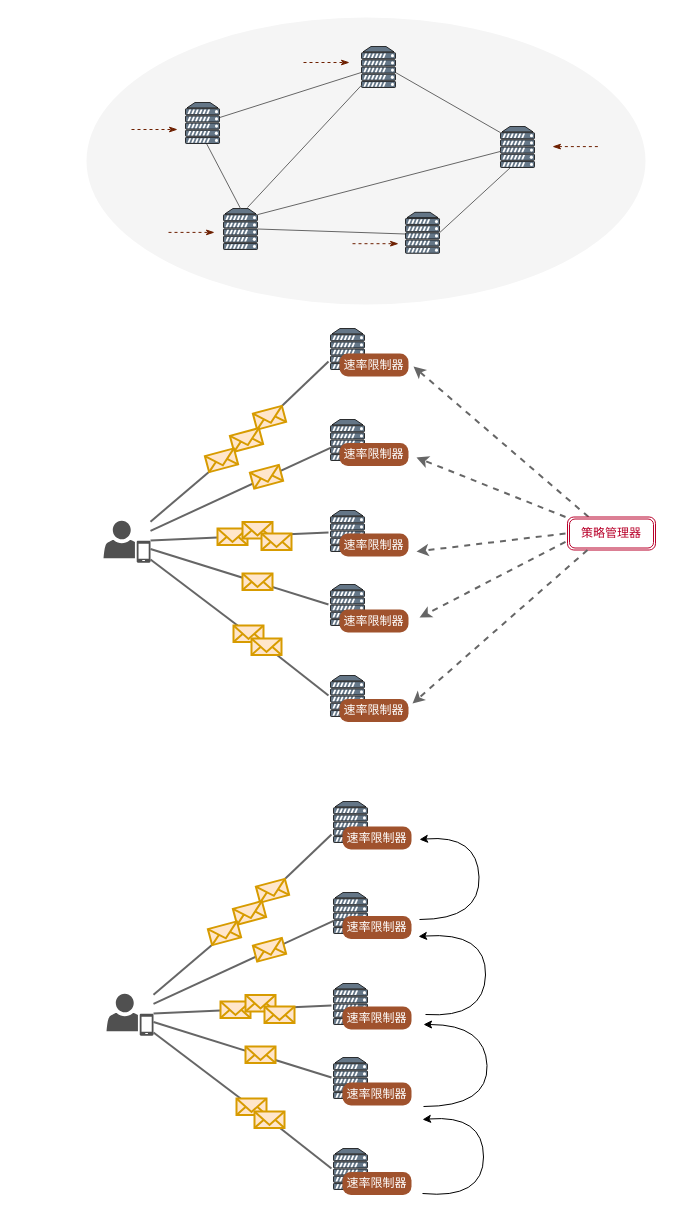
The draw.io diagram page "去中心化" (1 of 8) of DRL.drawio in zhangluting123/drawio, before the edit. Source tidied: cells renumbered, new cells numbered last; positions are measured from the earlier drawing's top-left corner, leaving out a move shared by most shapes. Both pictures are drawn from the tidied source at 100%, with x=0, y=0 at pixel (86, 17).
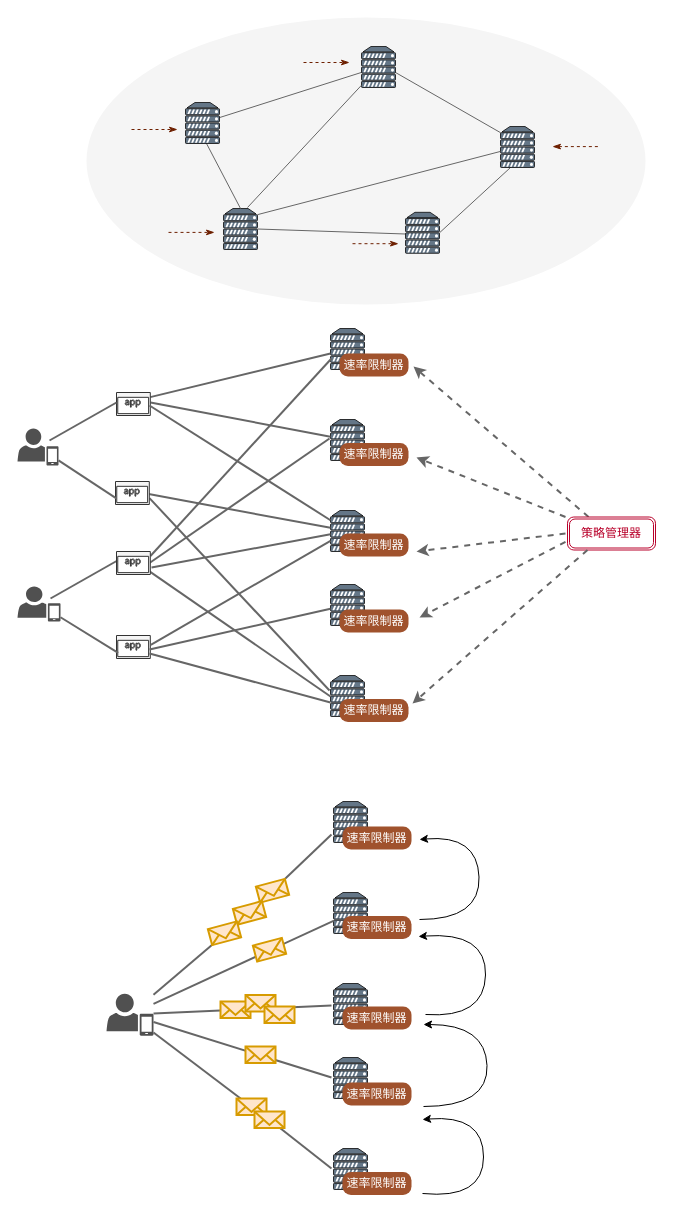
After the change.

Unchanged cells that the change refers to:
```xml
<mxCell id="21" style="verticalAlign=top;verticalLabelPosition=bottom;labelPosition=center;align=center;html=1;outlineConnect=0;fillColor=#647687;strokeColor=default;gradientDirection=north;strokeWidth=1;shape=mxgraph.networks.server;fontColor=#ffffff;" parent="1" vertex="1">
  <mxGeometry x="244" y="311" width="34" height="41" as="geometry" />
</mxCell>
<mxCell id="22" style="verticalAlign=top;verticalLabelPosition=bottom;labelPosition=center;align=center;html=1;outlineConnect=0;fillColor=#647687;strokeColor=default;gradientDirection=north;strokeWidth=1;shape=mxgraph.networks.server;fontColor=#ffffff;" parent="1" vertex="1">
  <mxGeometry x="244" y="402" width="34" height="41" as="geometry" />
</mxCell>
<mxCell id="23" style="verticalAlign=top;verticalLabelPosition=bottom;labelPosition=center;align=center;html=1;outlineConnect=0;fillColor=#647687;strokeColor=default;gradientDirection=north;strokeWidth=1;shape=mxgraph.networks.server;fontColor=#ffffff;" parent="1" vertex="1">
  <mxGeometry x="244" y="493" width="34" height="41" as="geometry" />
</mxCell>
<mxCell id="33" style="verticalAlign=top;verticalLabelPosition=bottom;labelPosition=center;align=center;html=1;outlineConnect=0;fillColor=#647687;strokeColor=default;gradientDirection=north;strokeWidth=1;shape=mxgraph.networks.server;fontColor=#ffffff;" parent="1" vertex="1">
  <mxGeometry x="244" y="567" width="34" height="41" as="geometry" />
</mxCell>
<mxCell id="34" style="verticalAlign=top;verticalLabelPosition=bottom;labelPosition=center;align=center;html=1;outlineConnect=0;fillColor=#647687;strokeColor=default;gradientDirection=north;strokeWidth=1;shape=mxgraph.networks.server;fontColor=#ffffff;" parent="1" vertex="1">
  <mxGeometry x="244" y="658" width="34" height="41" as="geometry" />
</mxCell>
```

What changed in the source:
```diff
@@
-    <mxCell id="24" style="sketch=0;shadow=0;dashed=0;html=1;strokeColor=none;fillColor=#505050;labelPosition=center;verticalLabelPosition=bottom;verticalAlign=top;outlineConnect=0;align=center;shape=mxgraph.office.users.mobile_user;" parent="1" vertex="1">
-      <mxGeometry x="17" y="503.2" width="47" height="42" as="geometry" />
-    </mxCell>
-    <mxCell id="25" style="endArrow=none;startArrow=none;html=1;rounded=0;fillColor=#f5f5f5;gradientColor=#b3b3b3;strokeColor=#666666;endFill=0;startFill=0;endSize=7;strokeWidth=2;" parent="1" edge="1" source="24" target="22">
-      <mxGeometry relative="1" as="geometry" />
+    <mxCell id="25" style="endArrow=none;startArrow=none;html=1;rounded=0;fillColor=#f5f5f5;gradientColor=#b3b3b3;strokeColor=#666666;endFill=0;startFill=0;endSize=7;strokeWidth=2;" parent="1" edge="1" target="22">
+      <mxGeometry relative="1" as="geometry">
+        <mxPoint x="64" y="385" as="sourcePoint" />
+      </mxGeometry>
     </mxCell>
-    <mxCell id="26" style="endArrow=none;startArrow=none;html=1;rounded=0;fillColor=#f5f5f5;gradientColor=#b3b3b3;strokeColor=#666666;endFill=0;startFill=0;endSize=7;strokeWidth=2;" parent="1" edge="1" source="48">
-      <mxGeometry relative="1" as="geometry">
-        <mxPoint x="242" y="515" as="targetPoint" />
-      </mxGeometry>
-    </mxCell>
@@
-    <mxCell id="38" style="endArrow=none;startArrow=none;html=1;rounded=0;fillColor=#f5f5f5;gradientColor=#b3b3b3;strokeColor=#666666;endFill=0;startFill=0;endSize=7;strokeWidth=2;" parent="1" edge="1" source="24">
-      <mxGeometry relative="1" as="geometry">
-        <mxPoint x="242" y="587" as="targetPoint" />
-      </mxGeometry>
+    <mxCell id="38" style="endArrow=none;startArrow=none;html=1;rounded=0;fillColor=#f5f5f5;gradientColor=#b3b3b3;strokeColor=#666666;endFill=0;startFill=0;endSize=7;strokeWidth=2;exitX=0.982;exitY=0.548;exitDx=0;exitDy=0;exitPerimeter=0;" parent="1" edge="1" source="95" target="23">
+      <mxGeometry relative="1" as="geometry" />
     </mxCell>
-    <mxCell id="39" style="endArrow=none;startArrow=none;html=1;rounded=0;fillColor=#f5f5f5;gradientColor=#b3b3b3;strokeColor=#666666;endFill=0;startFill=0;endSize=7;strokeWidth=2;" parent="1" edge="1" source="45">
-      <mxGeometry relative="1" as="geometry">
-        <mxPoint x="242" y="678" as="targetPoint" />
-      </mxGeometry>
-    </mxCell>
@@
-    <mxCell id="42" style="endArrow=none;startArrow=none;html=1;rounded=0;fillColor=#f5f5f5;gradientColor=#b3b3b3;strokeColor=#666666;endFill=0;startFill=0;endSize=7;strokeWidth=2;" parent="1" edge="1" source="24" target="43">
-      <mxGeometry relative="1" as="geometry" />
+    <mxCell id="42" style="endArrow=none;startArrow=none;html=1;rounded=0;fillColor=#f5f5f5;gradientColor=#b3b3b3;strokeColor=#666666;endFill=0;startFill=0;endSize=7;strokeWidth=2;exitX=1.005;exitY=0.722;exitDx=0;exitDy=0;exitPerimeter=0;" parent="1" edge="1" source="95">
+      <mxGeometry relative="1" as="geometry">
+        <mxPoint x="243" y="673" as="targetPoint" />
+      </mxGeometry>
     </mxCell>
-    <mxCell id="43" style="html=1;verticalLabelPosition=bottom;align=center;labelBackgroundColor=#ffffff;verticalAlign=top;strokeWidth=2;strokeColor=#d79b00;shadow=0;dashed=0;shape=mxgraph.ios7.icons.mail;fillColor=#ffe6cc;rotation=0;" parent="1" vertex="1">
-      <mxGeometry x="147" y="608" width="30" height="16.5" as="geometry" />
-    </mxCell>
-    <mxCell id="44" style="endArrow=none;startArrow=none;html=1;rounded=0;fillColor=#f5f5f5;gradientColor=#b3b3b3;strokeColor=#666666;endFill=0;startFill=0;endSize=7;strokeWidth=2;" parent="1" edge="1" source="43" target="45">
-      <mxGeometry relative="1" as="geometry" />
-    </mxCell>
-    <mxCell id="45" style="html=1;verticalLabelPosition=bottom;align=center;labelBackgroundColor=#ffffff;verticalAlign=top;strokeWidth=2;strokeColor=#d79b00;shadow=0;dashed=0;shape=mxgraph.ios7.icons.mail;fillColor=#ffe6cc;rotation=0;" parent="1" vertex="1">
-      <mxGeometry x="165" y="621" width="30" height="16.5" as="geometry" />
-    </mxCell>
-    <mxCell id="46" style="html=1;verticalLabelPosition=bottom;align=center;labelBackgroundColor=#ffffff;verticalAlign=top;strokeWidth=2;strokeColor=#d79b00;shadow=0;dashed=0;shape=mxgraph.ios7.icons.mail;fillColor=#ffe6cc;rotation=0;" parent="1" vertex="1">
-      <mxGeometry x="156" y="556" width="30" height="16.5" as="geometry" />
-    </mxCell>
-    <mxCell id="47" style="endArrow=none;startArrow=none;html=1;rounded=0;fillColor=#f5f5f5;gradientColor=#b3b3b3;strokeColor=#666666;endFill=0;startFill=0;endSize=7;strokeWidth=2;" parent="1" edge="1" source="24" target="48">
-      <mxGeometry relative="1" as="geometry" />
-    </mxCell>
-    <mxCell id="48" style="html=1;verticalLabelPosition=bottom;align=center;labelBackgroundColor=#ffffff;verticalAlign=top;strokeWidth=2;strokeColor=#d79b00;shadow=0;dashed=0;shape=mxgraph.ios7.icons.mail;fillColor=#ffe6cc;rotation=0;" parent="1" vertex="1">
-      <mxGeometry x="131" y="511" width="30" height="16.5" as="geometry" />
-    </mxCell>
-    <mxCell id="49" style="html=1;verticalLabelPosition=bottom;align=center;labelBackgroundColor=#ffffff;verticalAlign=top;strokeWidth=2;strokeColor=#d79b00;shadow=0;dashed=0;shape=mxgraph.ios7.icons.mail;fillColor=#ffe6cc;rotation=0;" parent="1" vertex="1">
-      <mxGeometry x="156" y="504.5" width="30" height="16.5" as="geometry" />
-    </mxCell>
-    <mxCell id="50" style="html=1;verticalLabelPosition=bottom;align=center;labelBackgroundColor=#ffffff;verticalAlign=top;strokeWidth=2;strokeColor=#d79b00;shadow=0;dashed=0;shape=mxgraph.ios7.icons.mail;fillColor=#ffe6cc;rotation=0;" parent="1" vertex="1">
-      <mxGeometry x="175" y="516" width="30" height="16.5" as="geometry" />
-    </mxCell>
-    <mxCell id="51" style="endArrow=none;startArrow=none;html=1;rounded=0;fillColor=#f5f5f5;gradientColor=#b3b3b3;strokeColor=#666666;endFill=0;startFill=0;strokeWidth=2;" parent="1" edge="1" source="53">
-      <mxGeometry relative="1" as="geometry">
-        <mxPoint x="242" y="344" as="targetPoint" />
-      </mxGeometry>
-    </mxCell>
-    <mxCell id="52" style="endArrow=none;startArrow=none;html=1;rounded=0;fillColor=#f5f5f5;gradientColor=#b3b3b3;strokeColor=#666666;endFill=0;startFill=0;strokeWidth=2;" parent="1" edge="1" source="55" target="53">
-      <mxGeometry relative="1" as="geometry" />
-    </mxCell>
-    <mxCell id="53" style="html=1;verticalLabelPosition=bottom;align=center;labelBackgroundColor=#ffffff;verticalAlign=top;strokeWidth=2;strokeColor=#d79b00;shadow=0;dashed=0;shape=mxgraph.ios7.icons.mail;fillColor=#ffe6cc;rotation=-15;" parent="1" vertex="1">
-      <mxGeometry x="168" y="392" width="30" height="16.5" as="geometry" />
-    </mxCell>
-    <mxCell id="54" style="endArrow=none;startArrow=none;html=1;rounded=0;fillColor=#f5f5f5;gradientColor=#b3b3b3;strokeColor=#666666;endFill=0;startFill=0;strokeWidth=2;" parent="1" edge="1" source="24" target="55">
+    <mxCell id="54" style="endArrow=none;startArrow=none;html=1;rounded=0;fillColor=#f5f5f5;gradientColor=#b3b3b3;strokeColor=#666666;endFill=0;startFill=0;strokeWidth=2;entryX=0;entryY=0.61;entryDx=0;entryDy=0;entryPerimeter=0;exitX=0.999;exitY=0.2;exitDx=0;exitDy=0;exitPerimeter=0;" parent="1" edge="1" source="94" target="21">
       <mxGeometry relative="1" as="geometry" />
     </mxCell>
-    <mxCell id="55" style="html=1;verticalLabelPosition=bottom;align=center;labelBackgroundColor=#ffffff;verticalAlign=top;strokeWidth=2;strokeColor=#d79b00;shadow=0;dashed=0;shape=mxgraph.ios7.icons.mail;fillColor=#ffe6cc;rotation=-15;" parent="1" vertex="1">
-      <mxGeometry x="145" y="414.2" width="30" height="16.5" as="geometry" />
-    </mxCell>
-    <mxCell id="56" style="html=1;verticalLabelPosition=bottom;align=center;labelBackgroundColor=#ffffff;verticalAlign=top;strokeWidth=2;strokeColor=#d79b00;shadow=0;dashed=0;shape=mxgraph.ios7.icons.mail;fillColor=#ffe6cc;rotation=-15;" parent="1" vertex="1">
-      <mxGeometry x="165" y="451" width="30" height="16.5" as="geometry" />
-    </mxCell>
-    <mxCell id="57" style="html=1;verticalLabelPosition=bottom;align=center;labelBackgroundColor=#ffffff;verticalAlign=top;strokeWidth=2;strokeColor=#d79b00;shadow=0;dashed=0;shape=mxgraph.ios7.icons.mail;fillColor=#ffe6cc;rotation=-15;" parent="1" vertex="1">
-      <mxGeometry x="120" y="434.5" width="30" height="16.5" as="geometry" />
-    </mxCell>
@@
+    <mxCell id="94" style="sketch=0;shadow=0;dashed=0;html=1;labelPosition=center;verticalLabelPosition=bottom;verticalAlign=top;align=center;shape=mxgraph.mscae.enterprise.application;fillColor=#f5f5f5;fontColor=#333333;strokeColor=#333333;fontFamily=Times New Roman;" parent="1" vertex="1">
+      <mxGeometry x="30" y="375" width="33.8" height="23" as="geometry" />
+    </mxCell>
+    <mxCell id="95" style="sketch=0;shadow=0;dashed=0;html=1;labelPosition=center;verticalLabelPosition=bottom;verticalAlign=top;align=center;shape=mxgraph.mscae.enterprise.application;fillColor=#f5f5f5;fontColor=#333333;strokeColor=#333333;fontFamily=Times New Roman;" parent="1" vertex="1">
+      <mxGeometry x="29" y="464" width="33.8" height="23" as="geometry" />
+    </mxCell>
+    <mxCell id="96" style="sketch=0;shadow=0;dashed=0;html=1;strokeColor=none;fillColor=#505050;labelPosition=center;verticalLabelPosition=bottom;verticalAlign=top;outlineConnect=0;align=center;shape=mxgraph.office.users.mobile_user;" parent="1" vertex="1">
+      <mxGeometry x="-69" y="411" width="41" height="37" as="geometry" />
+    </mxCell>
+    <mxCell id="97" style="sketch=0;shadow=0;dashed=0;html=1;strokeColor=none;fillColor=#505050;labelPosition=center;verticalLabelPosition=bottom;verticalAlign=top;outlineConnect=0;align=center;shape=mxgraph.office.users.mobile_user;" parent="1" vertex="1">
+      <mxGeometry x="-69" y="569" width="43" height="35" as="geometry" />
+    </mxCell>
+    <mxCell id="98" style="endArrow=none;startArrow=none;html=1;rounded=0;fillColor=#f5f5f5;gradientColor=#b3b3b3;strokeColor=#666666;endFill=0;startFill=0;strokeWidth=2;exitX=1.005;exitY=0.194;exitDx=0;exitDy=0;exitPerimeter=0;entryX=0.029;entryY=0.732;entryDx=0;entryDy=0;entryPerimeter=0;" parent="1" edge="1" source="109" target="21">
+      <mxGeometry relative="1" as="geometry" />
+    </mxCell>
+    <mxCell id="99" style="endArrow=none;startArrow=none;html=1;rounded=0;fillColor=#f5f5f5;gradientColor=#b3b3b3;strokeColor=#666666;endFill=0;startFill=0;endSize=7;strokeWidth=2;" parent="1" edge="1" target="23">
+      <mxGeometry relative="1" as="geometry">
+        <mxPoint x="63" y="388" as="sourcePoint" />
+      </mxGeometry>
+    </mxCell>
+    <mxCell id="100" style="sketch=0;shadow=0;dashed=0;html=1;labelPosition=center;verticalLabelPosition=bottom;verticalAlign=top;align=center;shape=mxgraph.mscae.enterprise.application;fillColor=#f5f5f5;fontColor=#333333;strokeColor=#333333;fontFamily=Times New Roman;" parent="1" vertex="1">
+      <mxGeometry x="30" y="618" width="33.8" height="23" as="geometry" />
+    </mxCell>
+    <mxCell id="101" style="endArrow=none;startArrow=none;html=1;rounded=0;fillColor=#f5f5f5;gradientColor=#b3b3b3;strokeColor=#666666;endFill=0;startFill=0;strokeWidth=2;exitX=0.976;exitY=0.5;exitDx=0;exitDy=0;exitPerimeter=0;" parent="1" edge="1" source="109">
+      <mxGeometry relative="1" as="geometry">
+        <mxPoint x="243" y="421" as="targetPoint" />
+      </mxGeometry>
+    </mxCell>
+    <mxCell id="102" style="endArrow=none;startArrow=none;html=1;rounded=0;fillColor=#f5f5f5;gradientColor=#b3b3b3;strokeColor=#666666;endFill=0;startFill=0;strokeWidth=2;" parent="1" edge="1" target="23">
+      <mxGeometry relative="1" as="geometry">
+        <mxPoint x="65" y="550" as="sourcePoint" />
+      </mxGeometry>
+    </mxCell>
+    <mxCell id="103" style="endArrow=none;startArrow=none;html=1;rounded=0;fillColor=#f5f5f5;gradientColor=#b3b3b3;strokeColor=#666666;endFill=0;startFill=0;strokeWidth=2;exitX=0.966;exitY=0.855;exitDx=0;exitDy=0;exitPerimeter=0;entryX=0;entryY=0.512;entryDx=0;entryDy=0;entryPerimeter=0;" parent="1" edge="1" source="109" target="34">
+      <mxGeometry relative="1" as="geometry" />
+    </mxCell>
+    <mxCell id="104" style="endArrow=none;startArrow=none;html=1;rounded=0;fillColor=#f5f5f5;gradientColor=#b3b3b3;strokeColor=#666666;endFill=0;startFill=0;strokeWidth=2;exitX=1.015;exitY=0.407;exitDx=0;exitDy=0;exitPerimeter=0;" parent="1" edge="1" source="100" target="23">
+      <mxGeometry relative="1" as="geometry" />
+    </mxCell>
+    <mxCell id="105" style="endArrow=none;startArrow=none;html=1;rounded=0;fillColor=#f5f5f5;gradientColor=#b3b3b3;strokeColor=#666666;endFill=0;startFill=0;strokeWidth=2;exitX=0.976;exitY=0.783;exitDx=0;exitDy=0;exitPerimeter=0;entryX=0;entryY=0.659;entryDx=0;entryDy=0;entryPerimeter=0;" parent="1" edge="1" source="100" target="34">
+      <mxGeometry relative="1" as="geometry" />
+    </mxCell>
+    <mxCell id="106" style="endArrow=none;startArrow=none;html=1;rounded=0;fillColor=#f5f5f5;gradientColor=#b3b3b3;strokeColor=#666666;endFill=0;startFill=0;strokeWidth=2;entryX=0.024;entryY=0.733;entryDx=0;entryDy=0;entryPerimeter=0;" parent="1" edge="1" source="96" target="95">
+      <mxGeometry relative="1" as="geometry" />
+    </mxCell>
+    <mxCell id="107" style="endArrow=none;startArrow=none;html=1;rounded=0;fillColor=#f5f5f5;gradientColor=#b3b3b3;strokeColor=#666666;endFill=0;startFill=0;strokeWidth=2;" parent="1" edge="1">
+      <mxGeometry relative="1" as="geometry">
+        <mxPoint x="-36" y="581" as="sourcePoint" />
+        <mxPoint x="31" y="543" as="targetPoint" />
+      </mxGeometry>
+    </mxCell>
+    <mxCell id="108" style="endArrow=none;startArrow=none;html=1;rounded=0;fillColor=#f5f5f5;gradientColor=#b3b3b3;strokeColor=#666666;endFill=0;startFill=0;strokeWidth=2;entryX=0.049;entryY=0.752;entryDx=0;entryDy=0;entryPerimeter=0;" parent="1" edge="1" source="97" target="100">
+      <mxGeometry relative="1" as="geometry" />
+    </mxCell>
+    <mxCell id="109" style="sketch=0;shadow=0;dashed=0;html=1;labelPosition=center;verticalLabelPosition=bottom;verticalAlign=top;align=center;shape=mxgraph.mscae.enterprise.application;fillColor=#f5f5f5;fontColor=#333333;strokeColor=#333333;fontFamily=Times New Roman;" parent="1" vertex="1">
+      <mxGeometry x="30" y="534" width="33.8" height="23" as="geometry" />
+    </mxCell>
+    <mxCell id="110" style="endArrow=none;startArrow=none;html=1;rounded=0;fillColor=#f5f5f5;gradientColor=#b3b3b3;strokeColor=#666666;endFill=0;startFill=0;strokeWidth=2;exitX=0.976;exitY=0.609;exitDx=0;exitDy=0;exitPerimeter=0;" parent="1" edge="1" source="100" target="33">
+      <mxGeometry relative="1" as="geometry" />
+    </mxCell>
+    <mxCell id="111" style="endArrow=none;startArrow=none;html=1;rounded=0;fillColor=#f5f5f5;gradientColor=#b3b3b3;strokeColor=#666666;endFill=0;startFill=0;strokeWidth=2;" parent="1" edge="1">
+      <mxGeometry relative="1" as="geometry">
+        <mxPoint x="-37" y="423" as="sourcePoint" />
+        <mxPoint x="30" y="385" as="targetPoint" />
+      </mxGeometry>
+    </mxCell>
```
